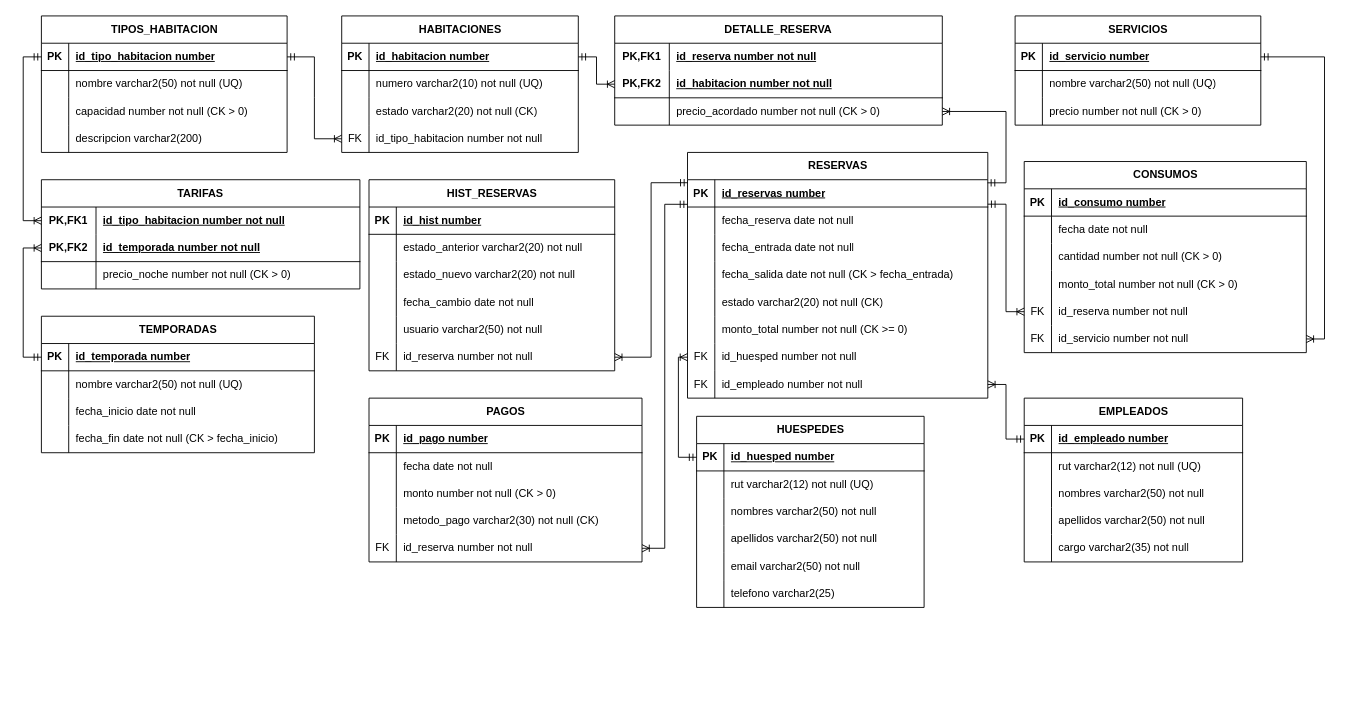
Earlier version of the draw.io diagram G11_Modelo_Relacional .drawio (byronma-ui/hotel-costa-pacifico). Source tidied: cells renumbered, new cells numbered last; positions are measured from the earlier drawing's top-left corner, leaving out a move shared by most shapes. Both pictures are drawn from the tidied source at 91%, with x=0, y=0 at pixel (41, 15).
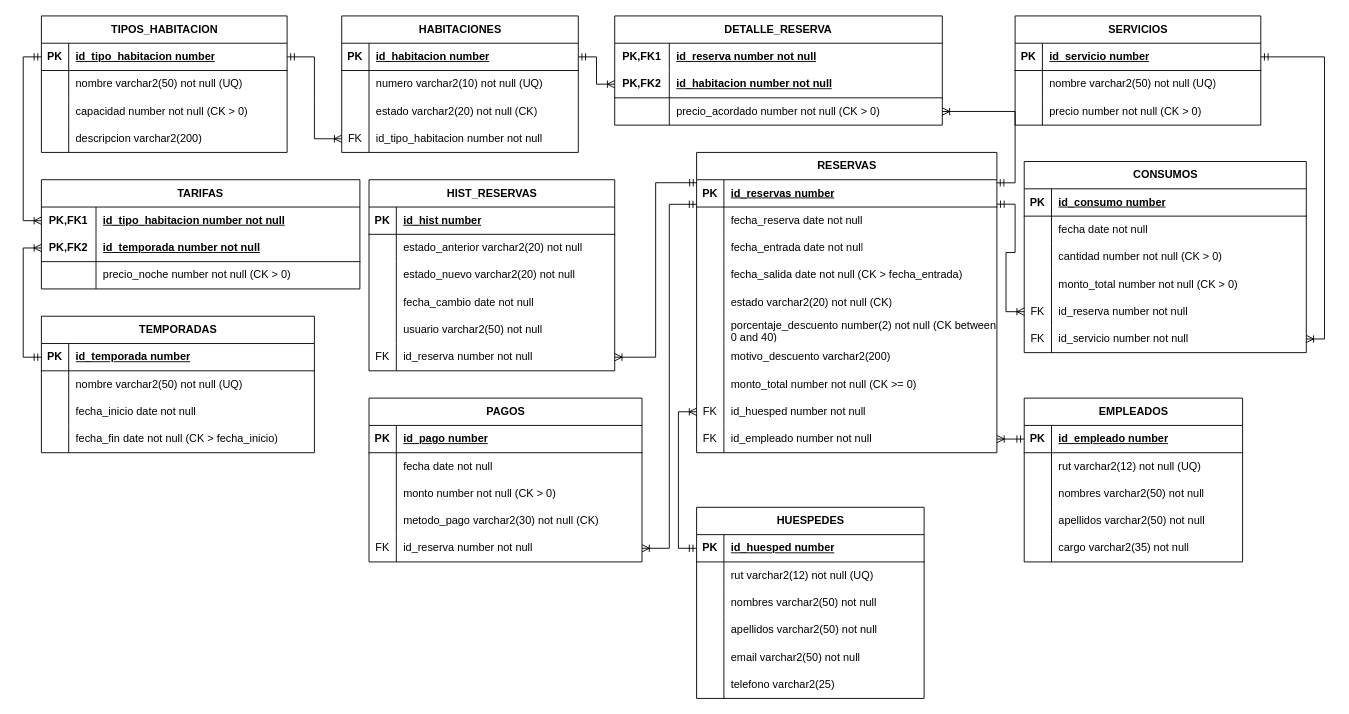
After the change.

What changed in the source:
```diff
@@
     <mxCell id="96" value="RESERVAS" style="shape=table;startSize=30;childLayout=tableLayout;rowLines=0;fontStyle=1;align=center;html=1;" parent="1" vertex="1">
-      <mxGeometry x="710" y="150" width="330" height="270" as="geometry" />
+      <mxGeometry x="720" y="150" width="330" height="330" as="geometry" />
     </mxCell>
@@
+    <mxCell id="196" style="shape=tableRow;horizontal=0;startSize=0;swimlaneHead=0;swimlaneBody=0;fillColor=none;top=0;left=0;right=0;bottom=0;" parent="96" vertex="1">
+      <mxGeometry y="180" width="330" height="30" as="geometry" />
+    </mxCell>
+    <mxCell id="197" style="shape=partialRectangle;fillColor=none;top=0;left=0;bottom=0;right=0;overflow=hidden;whiteSpace=wrap;html=1;" parent="196" vertex="1">
+      <mxGeometry width="30" height="30" as="geometry" />
+    </mxCell>
+    <mxCell id="198" value="porcentaje_descuento number(2) not null (CK between 0 and 40)" style="shape=partialRectangle;fillColor=none;top=0;left=0;bottom=0;right=0;align=left;spacingLeft=6;overflow=hidden;whiteSpace=wrap;html=1;" parent="196" vertex="1">
+      <mxGeometry x="30" width="300" height="30" as="geometry" />
+    </mxCell>
+    <mxCell id="199" style="shape=tableRow;horizontal=0;startSize=0;swimlaneHead=0;swimlaneBody=0;fillColor=none;top=0;left=0;right=0;bottom=0;" parent="96" vertex="1">
+      <mxGeometry y="210" width="330" height="30" as="geometry" />
+    </mxCell>
+    <mxCell id="200" style="shape=partialRectangle;fillColor=none;top=0;left=0;bottom=0;right=0;overflow=hidden;whiteSpace=wrap;html=1;" parent="199" vertex="1">
+      <mxGeometry width="30" height="30" as="geometry" />
+    </mxCell>
+    <mxCell id="201" value="motivo_descuento varchar2(200)" style="shape=partialRectangle;fillColor=none;top=0;left=0;bottom=0;right=0;align=left;spacingLeft=6;overflow=hidden;whiteSpace=wrap;html=1;" parent="199" vertex="1">
+      <mxGeometry x="30" width="300" height="30" as="geometry" />
+    </mxCell>
     <mxCell id="112" style="shape=tableRow;horizontal=0;startSize=0;swimlaneHead=0;swimlaneBody=0;fillColor=none;top=0;left=0;right=0;bottom=0;" parent="96" vertex="1">
-      <mxGeometry y="180" width="330" height="30" as="geometry" />
+      <mxGeometry y="240" width="330" height="30" as="geometry" />
     </mxCell>
@@
     <mxCell id="115" style="shape=tableRow;horizontal=0;startSize=0;swimlaneHead=0;swimlaneBody=0;fillColor=none;points=[[0,0.5],[1,0.5]];portConstraint=eastwest;top=0;left=0;right=0;bottom=0;" parent="96" vertex="1">
-      <mxGeometry y="210" width="330" height="30" as="geometry" />
+      <mxGeometry y="270" width="330" height="30" as="geometry" />
     </mxCell>
@@
     <mxCell id="118" style="shape=tableRow;horizontal=0;startSize=0;swimlaneHead=0;swimlaneBody=0;fillColor=none;points=[[0,0.5],[1,0.5]];portConstraint=eastwest;top=0;left=0;right=0;bottom=0;" parent="96" vertex="1">
-      <mxGeometry y="240" width="330" height="30" as="geometry" />
+      <mxGeometry y="300" width="330" height="30" as="geometry" />
     </mxCell>
@@
     <mxCell id="121" value="HUESPEDES" style="shape=table;startSize=30;childLayout=tableLayout;rowLines=0;fontStyle=1;align=center;html=1;" parent="1" vertex="1">
-      <mxGeometry x="720" y="440" width="250" height="210" as="geometry" />
+      <mxGeometry x="720" y="540" width="250" height="210" as="geometry" />
     </mxCell>
```
